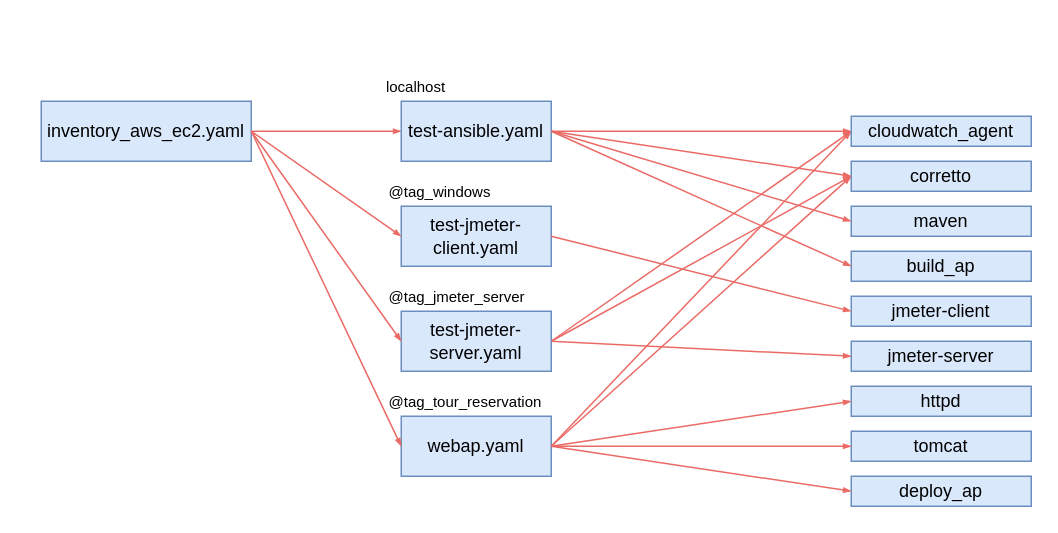
Above: page "Ansible構成" (12 of 13) of design.drawio in muroya2355/aws_performance_test (draw.io), before the change. Source tidied: cells renumbered, new cells numbered last; positions are measured from the earlier drawing's top-left corner, leaving out a move shared by most shapes. Both pictures are drawn from the tidied source at 150%, with x=0, y=0 at pixel (40, 70).
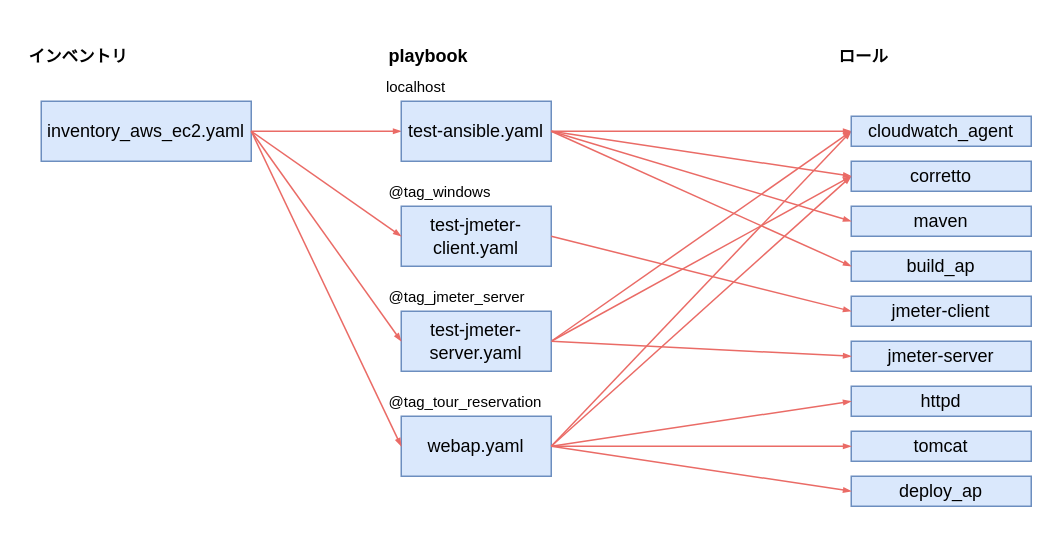
The same page after the edit.

Change to the diagram source:
```diff
@@
+    <mxCell id="37" value="&lt;b style=&quot;font-size: 11px;&quot;&gt;インベントリ&lt;/b&gt;" style="text;html=1;strokeColor=none;fillColor=none;align=left;verticalAlign=middle;whiteSpace=wrap;rounded=0;fontSize=11;" parent="1" vertex="1">
+      <mxGeometry x="-10" y="-30" width="100" height="40" as="geometry" />
+    </mxCell>
+    <mxCell id="38" value="&lt;b&gt;playbook&lt;/b&gt;" style="text;html=1;strokeColor=none;fillColor=none;align=left;verticalAlign=middle;whiteSpace=wrap;rounded=0;" parent="1" vertex="1">
+      <mxGeometry x="230" y="-30" width="100" height="40" as="geometry" />
+    </mxCell>
+    <mxCell id="39" value="&lt;b style=&quot;font-size: 11px;&quot;&gt;ロール&lt;/b&gt;" style="text;html=1;strokeColor=none;fillColor=none;align=left;verticalAlign=middle;whiteSpace=wrap;rounded=0;fontSize=11;" parent="1" vertex="1">
+      <mxGeometry x="530" y="-30" width="100" height="40" as="geometry" />
+    </mxCell>
```
